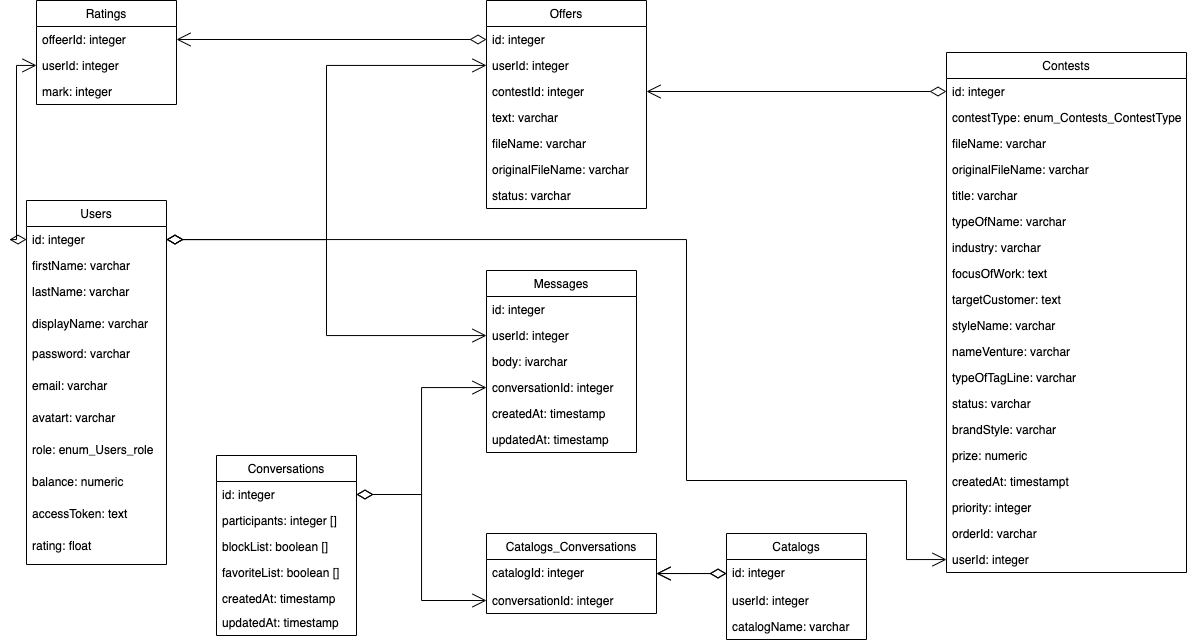
The draw.io diagram server/src/controllers/queries/examQueries/CHAT_MIGRATE.drawio.png in AnastasiaFedko/FreshCode-Exam-Project, before a commit. Source tidied: cells renumbered, new cells last; positions are measured from the earlier drawing's top-left corner, leaving out a move shared by most shapes.
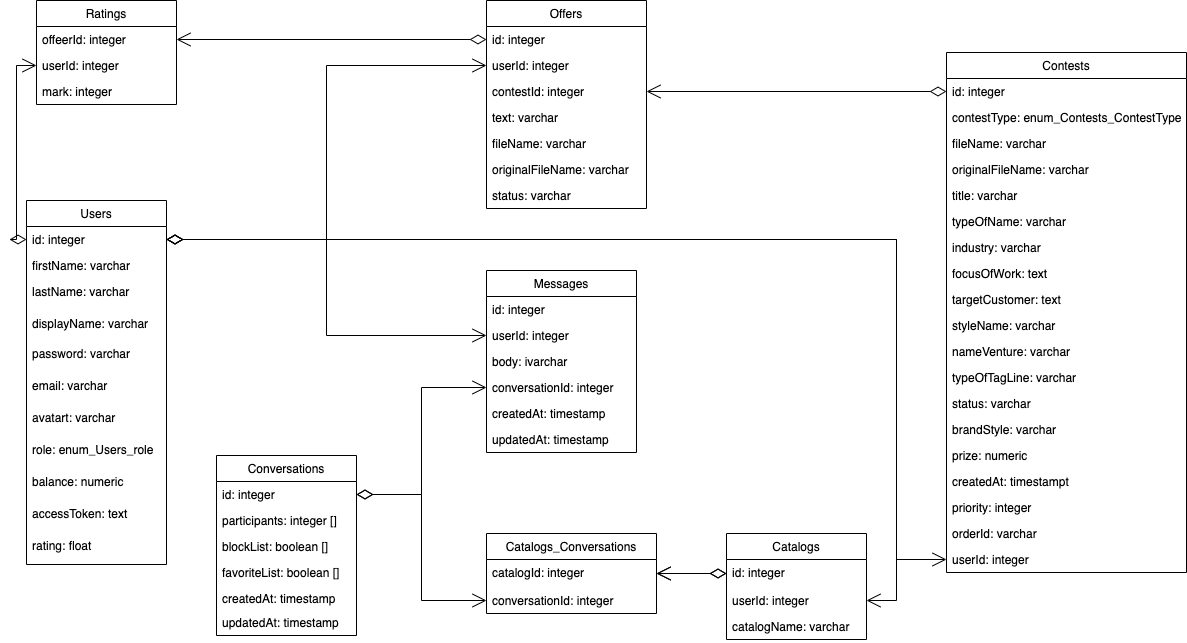
Later version of the same file.

Diff of the diagram source:
```diff
@@ -232,12 +232,18 @@
     <mxCell id="76" style="endArrow=open;html=1;endSize=12;startArrow=diamondThin;startSize=14;startFill=0;edgeStyle=orthogonalEdgeStyle;rounded=0;" parent="1" edge="1" source="3" target="33">
       <mxGeometry relative="1" as="geometry">
         <Array as="points">
-          <mxPoint x="660" y="239" />
-          <mxPoint x="660" y="480" />
-          <mxPoint x="880" y="480" />
-          <mxPoint x="880" y="559" />
+          <mxPoint x="870" y="239" />
+          <mxPoint x="870" y="559" />
         </Array>
       </mxGeometry>
     </mxCell>
+    <mxCell id="77" style="endArrow=open;html=1;endSize=12;startArrow=diamondThin;startSize=14;startFill=0;edgeStyle=orthogonalEdgeStyle;rounded=0;" parent="1" edge="1" source="3" target="70">
+      <mxGeometry relative="1" as="geometry">
+        <Array as="points">
+          <mxPoint x="870" y="239" />
+          <mxPoint x="870" y="600" />
+        </Array>
+      </mxGeometry>
+    </mxCell>
   </root>
 </mxGraphModel>
```
